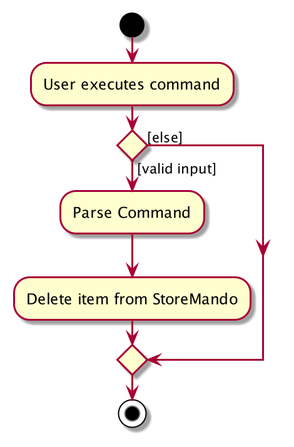
nus-cs2103-AY2021S2/tp keeps this PlantUML diagram as docs/images/DeleteActivityDiagram.png. Above is the earlier version. Source of this version:
```plantuml
@startuml
start
:User executes command;


if () then ([valid input])
    :Parse Command;
    :Delete item from StoreMando;
else ([else])
endif
stop
@enduml
```
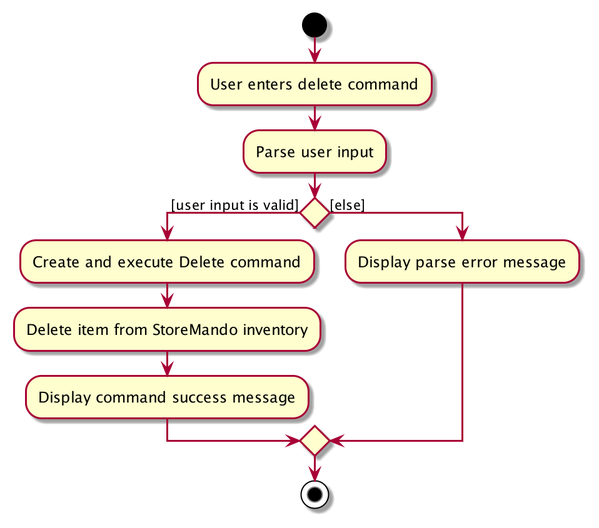
After the change.

Commit message:
Finalise delete command activity diagram

Change to the diagram source:
```diff
@@ -1,12 +1,15 @@
 @startuml
 start
-:User executes command;
+:User enters delete command;
 
+:Parse user input;
 
-if () then ([valid input])
-    :Parse Command;
-    :Delete item from StoreMando;
+if () then ([user input is valid])
+    :Create and execute Delete command;
+    :Delete item from StoreMando inventory;
+    :Display command success message;
 else ([else])
+    :Display parse error message;
 endif
 stop
 @enduml
```
